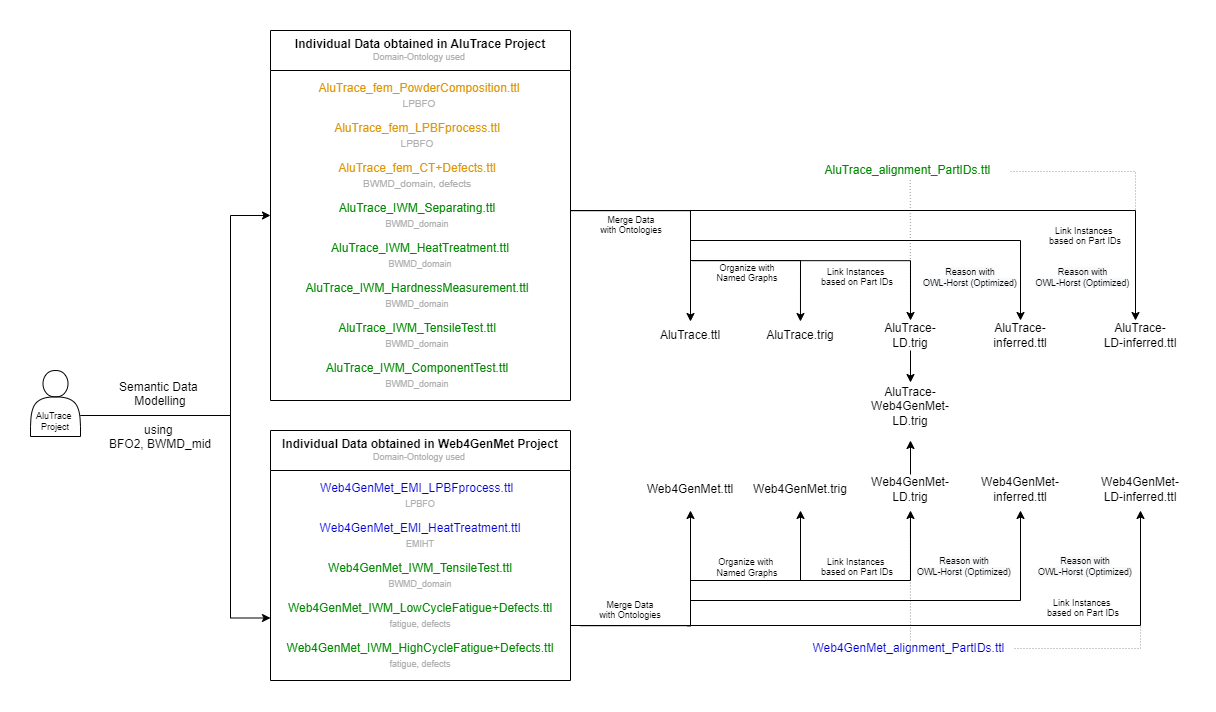
This is doc/Datafiles.png from Mat-O-Lab/AluTrace-Data-and-Documentation, a draw.io export, as it was before one commit. Source tidied: cells renumbered, new cells last; positions are measured from the earlier drawing's top-left corner, leaving out a move shared by most shapes.
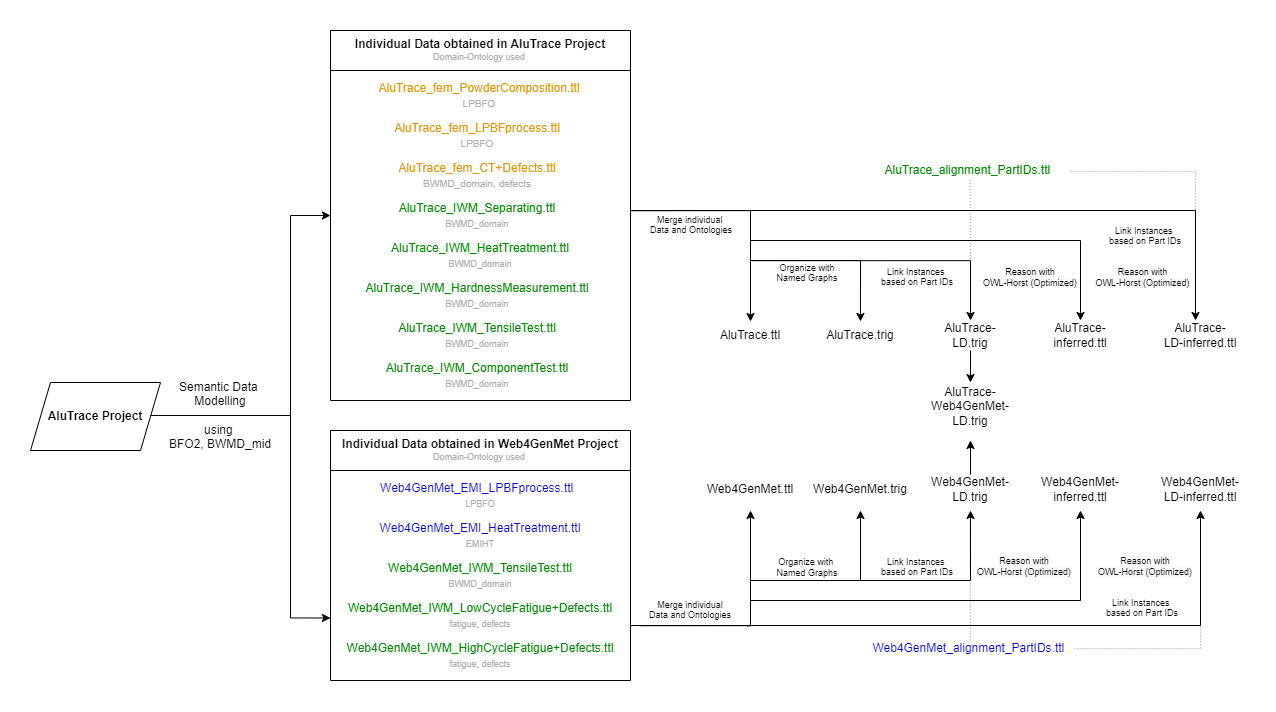
The same diagram one commit later.

Diff of the diagram source:
```diff
@@ -3,7 +3,7 @@
     <mxCell id="0" />
     <mxCell id="1" parent="0" />
     <mxCell id="2" style="whiteSpace=wrap;html=1;fontSize=9;fontColor=#000000;strokeColor=none;" parent="1" vertex="1">
-      <mxGeometry width="1200" height="710" as="geometry" />
+      <mxGeometry x="-60" width="1260" height="710" as="geometry" />
     </mxCell>
     <mxCell id="3" style="endArrow=none;html=1;rounded=0;fontSize=9;dashed=1;dashPattern=1 2;strokeColor=#999999;" parent="1" edge="1">
       <mxGeometry relative="1" as="geometry">
@@ -43,9 +43,8 @@
         </Array>
       </mxGeometry>
     </mxCell>
-    <mxCell id="8" style="edgeStyle=orthogonalEdgeStyle;rounded=0;jettySize=auto;html=1;entryX=0;entryY=0.75;entryDx=0;entryDy=0;fontSize=9;" parent="1" edge="1" target="9">
+    <mxCell id="8" style="edgeStyle=orthogonalEdgeStyle;rounded=0;jettySize=auto;html=1;entryX=0;entryY=0.75;entryDx=0;entryDy=0;fontSize=9;startArrow=none;" parent="1" edge="1" source="65" target="9">
       <mxGeometry relative="1" as="geometry">
-        <mxPoint x="80" y="415" as="sourcePoint" />
         <Array as="points">
           <mxPoint x="230" y="415" />
           <mxPoint x="230" y="618" />
@@ -76,7 +75,7 @@
     <mxCell id="16" value="Semantic Data &lt;br&gt;Modelling&lt;br&gt;&lt;br&gt;using &lt;br&gt;BFO2, BWMD_mid" style="text;html=1;strokeColor=none;fillColor=none;align=center;verticalAlign=middle;whiteSpace=wrap;rounded=0;fontColor=#000000;" parent="1" vertex="1">
       <mxGeometry x="90" y="370" width="140" height="90" as="geometry" />
     </mxCell>
-    <mxCell id="17" value="&lt;div style=&quot;font-size: 9px&quot;&gt;&lt;font style=&quot;font-size: 9px&quot;&gt;Merge Data with&lt;/font&gt;&lt;span&gt;&amp;nbsp;Ontologies&lt;/span&gt;&lt;/div&gt;&lt;span style=&quot;font-size: 9px&quot;&gt;&lt;br&gt;&lt;/span&gt;" style="text;html=1;strokeColor=none;fillColor=none;align=center;verticalAlign=middle;whiteSpace=wrap;rounded=0;fontColor=#000000;" parent="1" vertex="1">
+    <mxCell id="17" value="&lt;div style=&quot;font-size: 9px&quot;&gt;&lt;font style=&quot;font-size: 9px&quot;&gt;Merge individual&lt;br&gt;Data and&lt;/font&gt;&lt;span&gt;&amp;nbsp;Ontologies&lt;/span&gt;&lt;/div&gt;&lt;span style=&quot;font-size: 9px&quot;&gt;&lt;br&gt;&lt;/span&gt;" style="text;html=1;strokeColor=none;fillColor=none;align=center;verticalAlign=middle;whiteSpace=wrap;rounded=0;fontColor=#000000;" parent="1" vertex="1">
       <mxGeometry x="575" y="580" width="110" height="73" as="geometry" />
     </mxCell>
     <mxCell id="18" value="Web4GenMet-&lt;br&gt;LD.trig" style="text;html=1;strokeColor=none;fillColor=none;align=center;verticalAlign=middle;whiteSpace=wrap;rounded=0;" parent="1" vertex="1">
@@ -214,7 +213,7 @@
         </Array>
       </mxGeometry>
     </mxCell>
-    <mxCell id="46" value="&lt;div style=&quot;font-size: 9px&quot;&gt;&lt;font style=&quot;font-size: 9px&quot;&gt;Merge Data with&amp;nbsp;&lt;/font&gt;&lt;span&gt;Ontologies&lt;/span&gt;&lt;/div&gt;&lt;span style=&quot;font-size: 9px&quot;&gt;&lt;br&gt;&lt;/span&gt;" style="text;html=1;strokeColor=none;fillColor=none;align=center;verticalAlign=middle;whiteSpace=wrap;rounded=0;fontColor=#000000;" parent="1" vertex="1">
+    <mxCell id="46" value="&lt;div style=&quot;font-size: 9px&quot;&gt;&lt;font style=&quot;font-size: 9px&quot;&gt;Merge individual &lt;br&gt;Data and&amp;nbsp;&lt;/font&gt;&lt;span&gt;Ontologies&lt;/span&gt;&lt;/div&gt;&lt;span style=&quot;font-size: 9px&quot;&gt;&lt;br&gt;&lt;/span&gt;" style="text;html=1;strokeColor=none;fillColor=none;align=center;verticalAlign=middle;whiteSpace=wrap;rounded=0;fontColor=#000000;" parent="1" vertex="1">
       <mxGeometry x="576" y="195" width="110" height="73" as="geometry" />
     </mxCell>
     <mxCell id="47" value="&lt;div style=&quot;font-size: 9px&quot;&gt;&lt;font style=&quot;font-size: 9px&quot;&gt;Organize with&lt;br&gt;&lt;/font&gt;Named Graphs&lt;/div&gt;&lt;span style=&quot;font-size: 9px&quot;&gt;&lt;br&gt;&lt;/span&gt;" style="text;html=1;strokeColor=none;fillColor=none;align=center;verticalAlign=middle;whiteSpace=wrap;rounded=0;fontColor=#000000;" parent="1" vertex="1">
@@ -290,11 +289,8 @@
         <mxPoint x="910" y="440" as="targetPoint" />
       </mxGeometry>
     </mxCell>
-    <mxCell id="64" style="shape=actor;whiteSpace=wrap;html=1;fontSize=9;fontColor=#000000;" parent="1" vertex="1">
-      <mxGeometry x="30" y="370" width="50" height="66" as="geometry" />
-    </mxCell>
-    <mxCell id="65" value="AluTrace&amp;nbsp;&lt;br&gt;Project" style="text;html=1;strokeColor=none;fillColor=none;align=center;verticalAlign=middle;whiteSpace=wrap;rounded=0;fontSize=9;fontColor=#000000;" parent="1" vertex="1">
-      <mxGeometry x="25" y="406" width="60" height="30" as="geometry" />
+    <mxCell id="65" value="&lt;font style=&quot;font-size: 12px&quot;&gt;&lt;b&gt;AluTrace Project&lt;/b&gt;&lt;/font&gt;" style="shape=parallelogram;perimeter=parallelogramPerimeter;whiteSpace=wrap;html=1;fixedSize=1;fontSize=9;fontColor=#000000;" parent="1" vertex="1">
+      <mxGeometry x="-30" y="382" width="130" height="68" as="geometry" />
     </mxCell>
   </root>
 </mxGraphModel>
```
